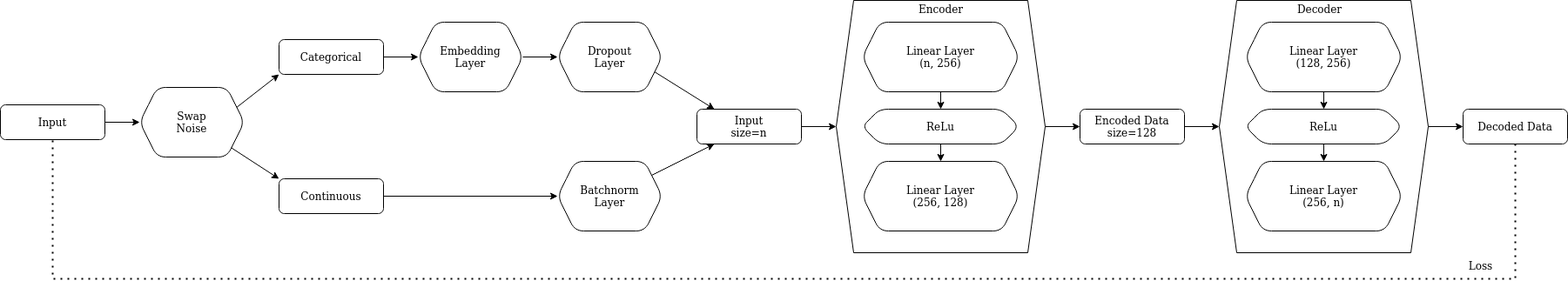
Above: AE_diagram.png in Ortgies/credit_risk (draw.io), before the change. Source tidied: cells renumbered, new cells last; positions are measured from the earlier drawing's top-left corner, leaving out a move shared by most shapes.
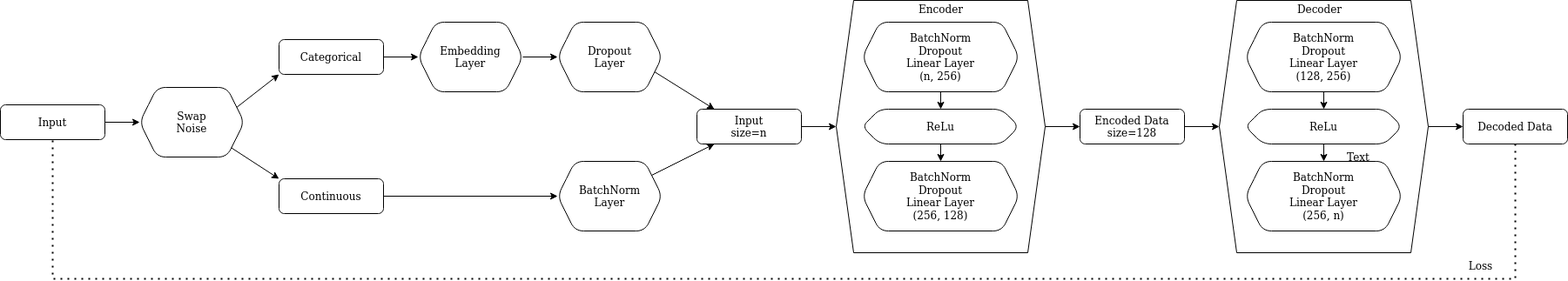
After the change.

Commit message:
changed layers from Linear to LinBnDrop

Change to the diagram source:
```diff
@@ -35,7 +35,7 @@
     <mxCell id="12" style="edgeStyle=none;rounded=0;jettySize=auto;html=1;" parent="1" edge="1" source="13" target="16">
       <mxGeometry relative="1" as="geometry" />
     </mxCell>
-    <mxCell id="13" value="&lt;div&gt;Batchnorm&lt;/div&gt;&lt;div&gt;Layer&lt;br&gt;&lt;/div&gt;" style="shape=hexagon;perimeter=hexagonPerimeter2;whiteSpace=wrap;html=1;fixedSize=1;rounded=1;glass=0;strokeWidth=1;shadow=0;" parent="1" vertex="1">
+    <mxCell id="13" value="&lt;div&gt;BatchNorm&lt;/div&gt;&lt;div&gt;Layer&lt;br&gt;&lt;/div&gt;" style="shape=hexagon;perimeter=hexagonPerimeter2;whiteSpace=wrap;html=1;fixedSize=1;rounded=1;glass=0;strokeWidth=1;shadow=0;" parent="1" vertex="1">
       <mxGeometry x="640" y="185" width="120" height="80" as="geometry" />
     </mxCell>
     <mxCell id="14" style="edgeStyle=none;rounded=0;orthogonalLoop=1;jettySize=auto;html=1;exitX=0.375;exitY=0;exitDx=0;exitDy=0;" parent="1" edge="1" source="9" target="9">
@@ -72,7 +72,7 @@
     <mxCell id="23" style="edgeStyle=none;rounded=0;jettySize=auto;html=1;" parent="1" edge="1" source="24" target="26">
       <mxGeometry relative="1" as="geometry" />
     </mxCell>
-    <mxCell id="24" value="&lt;div&gt;Linear Layer&lt;/div&gt;&lt;div&gt;(n, 256)&lt;br&gt;&lt;/div&gt;" style="shape=hexagon;perimeter=hexagonPerimeter2;whiteSpace=wrap;html=1;fixedSize=1;rounded=1;glass=0;strokeWidth=1;shadow=0;" parent="1" vertex="1">
+    <mxCell id="24" value="&lt;div&gt;BatchNorm&lt;br&gt;&lt;/div&gt;&lt;div&gt;Dropout&lt;br&gt;&lt;/div&gt;&lt;div&gt;Linear Layer&lt;/div&gt;&lt;div&gt;(n, 256)&lt;br&gt;&lt;/div&gt;" style="shape=hexagon;perimeter=hexagonPerimeter2;whiteSpace=wrap;html=1;fixedSize=1;rounded=1;glass=0;strokeWidth=1;shadow=0;" parent="1" vertex="1">
       <mxGeometry x="990" y="25" width="180" height="80" as="geometry" />
     </mxCell>
     <mxCell id="25" style="edgeStyle=none;rounded=0;jettySize=auto;html=1;" parent="1" edge="1" source="26" target="27">
@@ -81,7 +81,7 @@
     <mxCell id="26" value="ReLu" style="shape=hexagon;perimeter=hexagonPerimeter2;whiteSpace=wrap;html=1;fixedSize=1;rounded=1;glass=0;strokeWidth=1;shadow=0;" parent="1" vertex="1">
       <mxGeometry x="990" y="125" width="180" height="40" as="geometry" />
     </mxCell>
-    <mxCell id="27" value="&lt;div&gt;Linear Layer&lt;/div&gt;&lt;div&gt;(256, 128)&lt;br&gt;&lt;/div&gt;" style="shape=hexagon;perimeter=hexagonPerimeter2;whiteSpace=wrap;html=1;fixedSize=1;rounded=1;glass=0;strokeWidth=1;shadow=0;" parent="1" vertex="1">
+    <mxCell id="27" value="&lt;div&gt;BatchNorm&lt;br&gt;&lt;/div&gt;&lt;div&gt;Dropout&lt;br&gt;&lt;/div&gt;&lt;div&gt;Linear Layer&lt;/div&gt;&lt;div&gt;(256, 128)&lt;br&gt;&lt;/div&gt;" style="shape=hexagon;perimeter=hexagonPerimeter2;whiteSpace=wrap;html=1;fixedSize=1;rounded=1;glass=0;strokeWidth=1;shadow=0;" parent="1" vertex="1">
       <mxGeometry x="990" y="185" width="180" height="80" as="geometry" />
     </mxCell>
     <mxCell id="28" value="&lt;p style=&quot;line-height: 1.1&quot;&gt;&lt;br&gt;&lt;/p&gt;" style="shape=hexagon;perimeter=hexagonPerimeter2;whiteSpace=wrap;html=1;fixedSize=1;" parent="1" vertex="1">
@@ -90,7 +90,7 @@
     <mxCell id="29" style="edgeStyle=none;rounded=0;jettySize=auto;html=1;" parent="1" edge="1" source="30" target="32">
       <mxGeometry relative="1" as="geometry" />
     </mxCell>
-    <mxCell id="30" value="&lt;div&gt;Linear Layer&lt;/div&gt;&lt;div&gt;(128, 256)&lt;br&gt;&lt;/div&gt;" style="shape=hexagon;perimeter=hexagonPerimeter2;whiteSpace=wrap;html=1;fixedSize=1;rounded=1;glass=0;strokeWidth=1;shadow=0;" parent="1" vertex="1">
+    <mxCell id="30" value="&lt;div&gt;BatchNorm&lt;br&gt;&lt;/div&gt;&lt;div&gt;Dropout&lt;br&gt;&lt;/div&gt;&lt;div&gt;Linear Layer&lt;/div&gt;&lt;div&gt;(128, 256)&lt;br&gt;&lt;/div&gt;" style="shape=hexagon;perimeter=hexagonPerimeter2;whiteSpace=wrap;html=1;fixedSize=1;rounded=1;glass=0;strokeWidth=1;shadow=0;" parent="1" vertex="1">
       <mxGeometry x="1430" y="25" width="180" height="80" as="geometry" />
     </mxCell>
     <mxCell id="31" style="edgeStyle=none;rounded=0;jettySize=auto;html=1;" parent="1" edge="1" source="32" target="33">
@@ -99,7 +99,7 @@
     <mxCell id="32" value="ReLu" style="shape=hexagon;perimeter=hexagonPerimeter2;whiteSpace=wrap;html=1;fixedSize=1;rounded=1;glass=0;strokeWidth=1;shadow=0;" parent="1" vertex="1">
       <mxGeometry x="1430" y="125" width="180" height="40" as="geometry" />
     </mxCell>
-    <mxCell id="33" value="&lt;div&gt;Linear Layer&lt;/div&gt;&lt;div&gt;(256, n)&lt;br&gt;&lt;/div&gt;" style="shape=hexagon;perimeter=hexagonPerimeter2;whiteSpace=wrap;html=1;fixedSize=1;rounded=1;glass=0;strokeWidth=1;shadow=0;" parent="1" vertex="1">
+    <mxCell id="33" value="&lt;div&gt;BatchNorm&lt;br&gt;&lt;/div&gt;&lt;div&gt;Dropout&lt;br&gt;&lt;/div&gt;&lt;div&gt;Linear Layer&lt;/div&gt;&lt;div&gt;(256, n)&lt;br&gt;&lt;/div&gt;" style="shape=hexagon;perimeter=hexagonPerimeter2;whiteSpace=wrap;html=1;fixedSize=1;rounded=1;glass=0;strokeWidth=1;shadow=0;" parent="1" vertex="1">
       <mxGeometry x="1430" y="185" width="180" height="80" as="geometry" />
     </mxCell>
     <mxCell id="34" style="endArrow=none;dashed=1;html=1;dashPattern=1 3;strokeWidth=2;rounded=0;edgeStyle=orthogonalEdgeStyle;exitX=0.5;exitY=1;exitDx=0;exitDy=0;" parent="1" edge="1" source="22" target="3">
@@ -116,6 +116,9 @@
     <mxCell id="36" value="&lt;div&gt;Decoder&lt;/div&gt;" style="text;html=1;align=center;verticalAlign=middle;strokeColor=none;fillColor=none;" parent="1" vertex="1">
       <mxGeometry x="1480" width="70" height="20" as="geometry" />
     </mxCell>
+    <mxCell id="41" value="Text" style="text;html=1;strokeColor=none;fillColor=none;align=center;verticalAlign=middle;whiteSpace=wrap;rounded=0;" parent="1" vertex="1">
+      <mxGeometry x="1530" y="165" width="60" height="30" as="geometry" />
+    </mxCell>
     <mxCell id="37" value="Loss" style="text;html=1;align=center;verticalAlign=middle;strokeColor=none;fillColor=none;" parent="1" vertex="1">
       <mxGeometry x="1680" y="295" width="40" height="20" as="geometry" />
     </mxCell>
```
